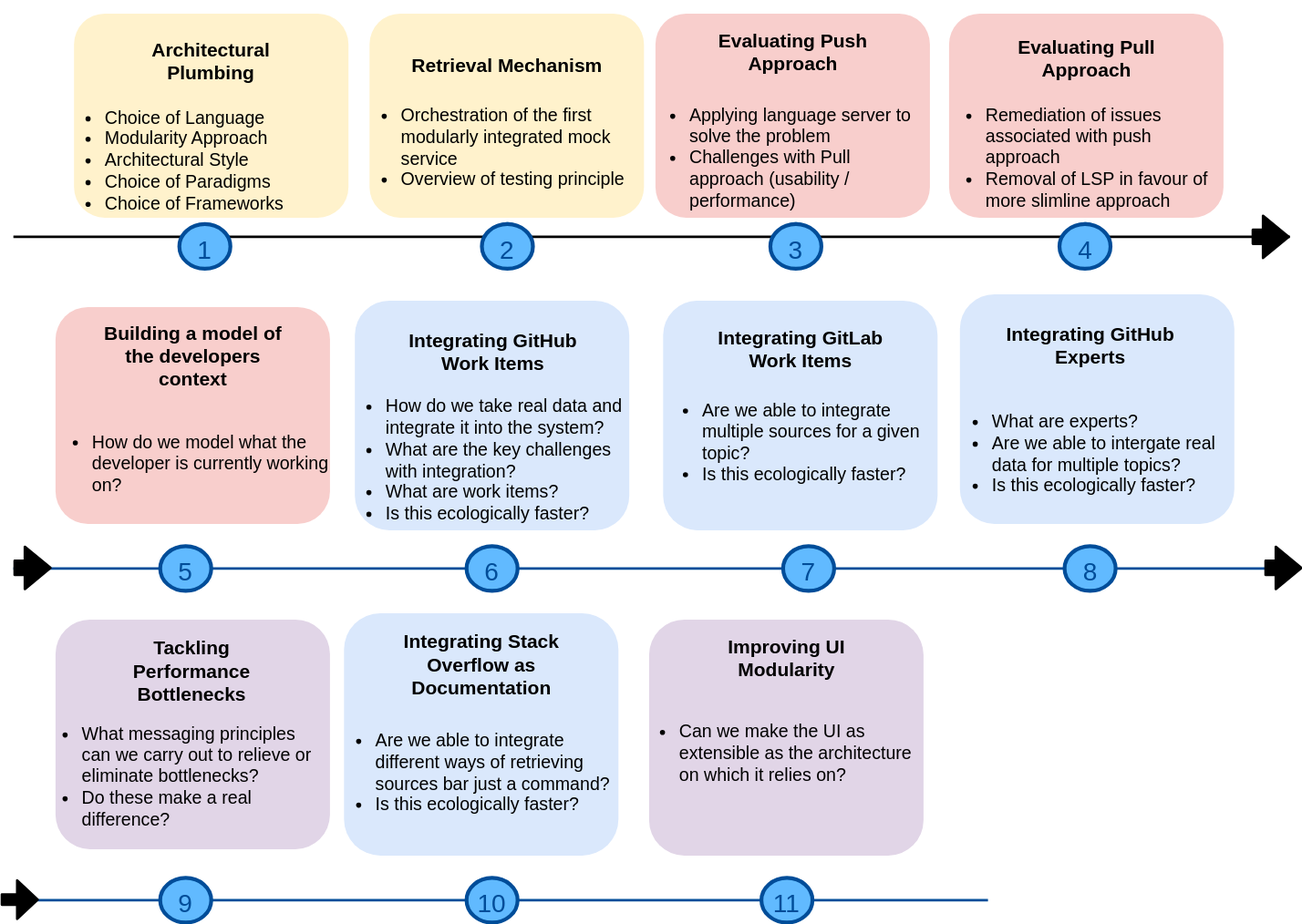
This is iterations-diagram.svg from dominiccobo-fyp/fyp-dissertation, a draw.io export, as it was before one commit. Source tidied: cells renumbered, new cells last; positions are measured from the earlier drawing's top-left corner, leaving out a move shared by most shapes.
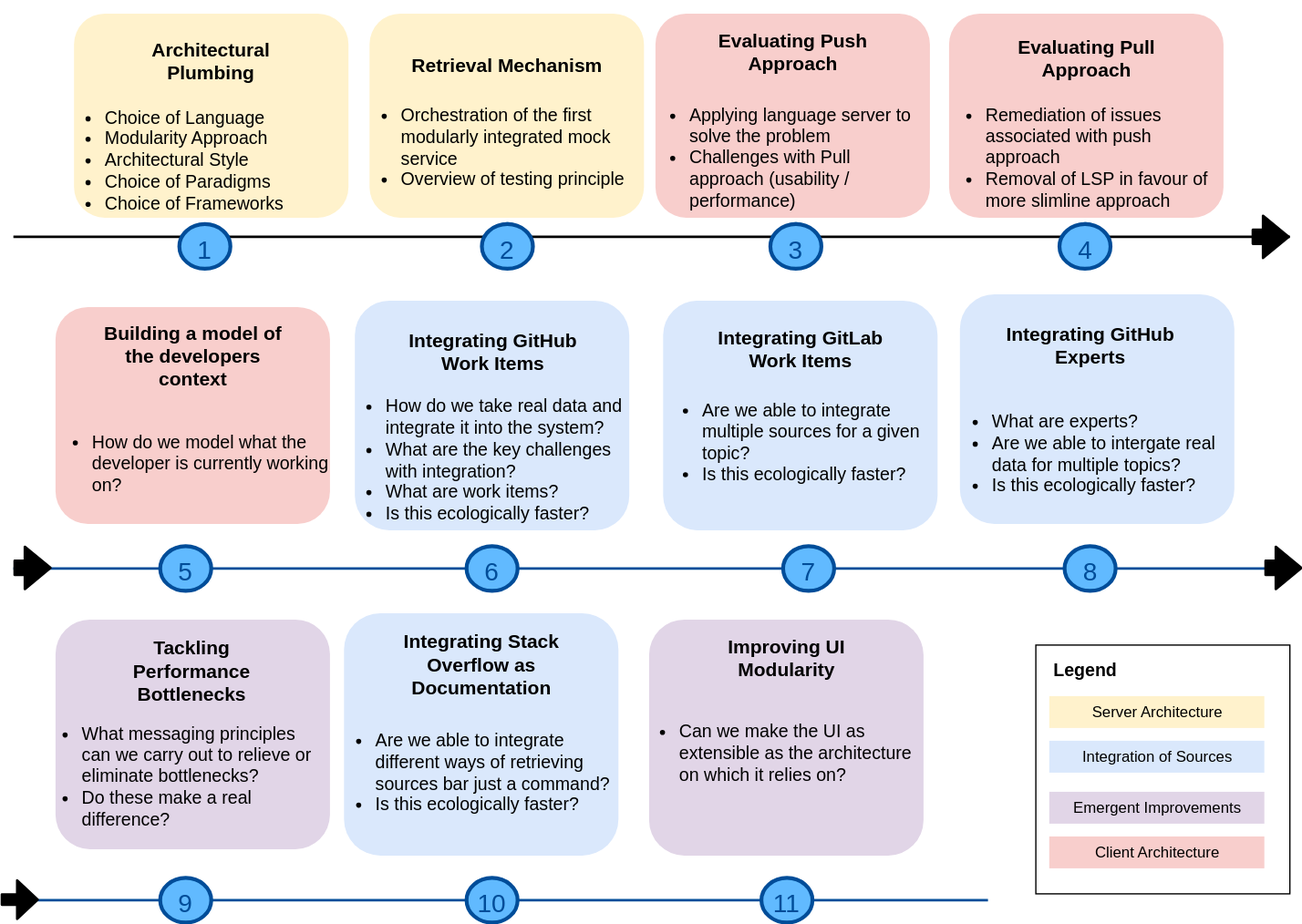
The same diagram one commit later.

What changed in the source:
```diff
@@ -199,5 +199,23 @@
     <mxCell id="63" value="&lt;font style=&quot;font-size: 20px&quot;&gt;11&lt;/font&gt;" style="ellipse;whiteSpace=wrap;html=1;fillColor=#61BAFF;fontSize=28;fontColor=#004D99;strokeWidth=3;strokeColor=#004D99;" parent="1" vertex="1">
       <mxGeometry x="596" y="677.5" width="40" height="35" as="geometry" />
     </mxCell>
+    <mxCell id="64" style="rounded=0;whiteSpace=wrap;html=1;" parent="1" vertex="1">
+      <mxGeometry x="811" y="495" width="199" height="195" as="geometry" />
+    </mxCell>
+    <mxCell id="65" value="&lt;b&gt;&lt;font style=&quot;font-size: 14px&quot;&gt;Legend&lt;/font&gt;&lt;/b&gt;" style="text;html=1;strokeColor=none;fillColor=none;align=center;verticalAlign=middle;whiteSpace=wrap;rounded=0;" parent="1" vertex="1">
+      <mxGeometry x="830" y="505" width="40" height="20" as="geometry" />
+    </mxCell>
+    <mxCell id="66" value="Server Architecture" style="rounded=0;whiteSpace=wrap;html=1;fillColor=#fff2cc;strokeColor=none;" parent="1" vertex="1">
+      <mxGeometry x="821.5" y="535" width="168.5" height="25" as="geometry" />
+    </mxCell>
+    <mxCell id="67" value="Integration of Sources" style="rounded=0;whiteSpace=wrap;html=1;fillColor=#dae8fc;strokeColor=none;" parent="1" vertex="1">
+      <mxGeometry x="821.5" y="570" width="168.5" height="25" as="geometry" />
+    </mxCell>
+    <mxCell id="68" value="Emergent Improvements" style="rounded=0;whiteSpace=wrap;html=1;fillColor=#e1d5e7;strokeColor=none;" parent="1" vertex="1">
+      <mxGeometry x="821.5" y="610" width="168.5" height="25" as="geometry" />
+    </mxCell>
+    <mxCell id="69" value="Client Architecture" style="rounded=0;whiteSpace=wrap;html=1;fillColor=#f8cecc;strokeColor=none;" parent="1" vertex="1">
+      <mxGeometry x="821.5" y="645" width="168.5" height="25" as="geometry" />
+    </mxCell>
   </root>
 </mxGraphModel>
```
